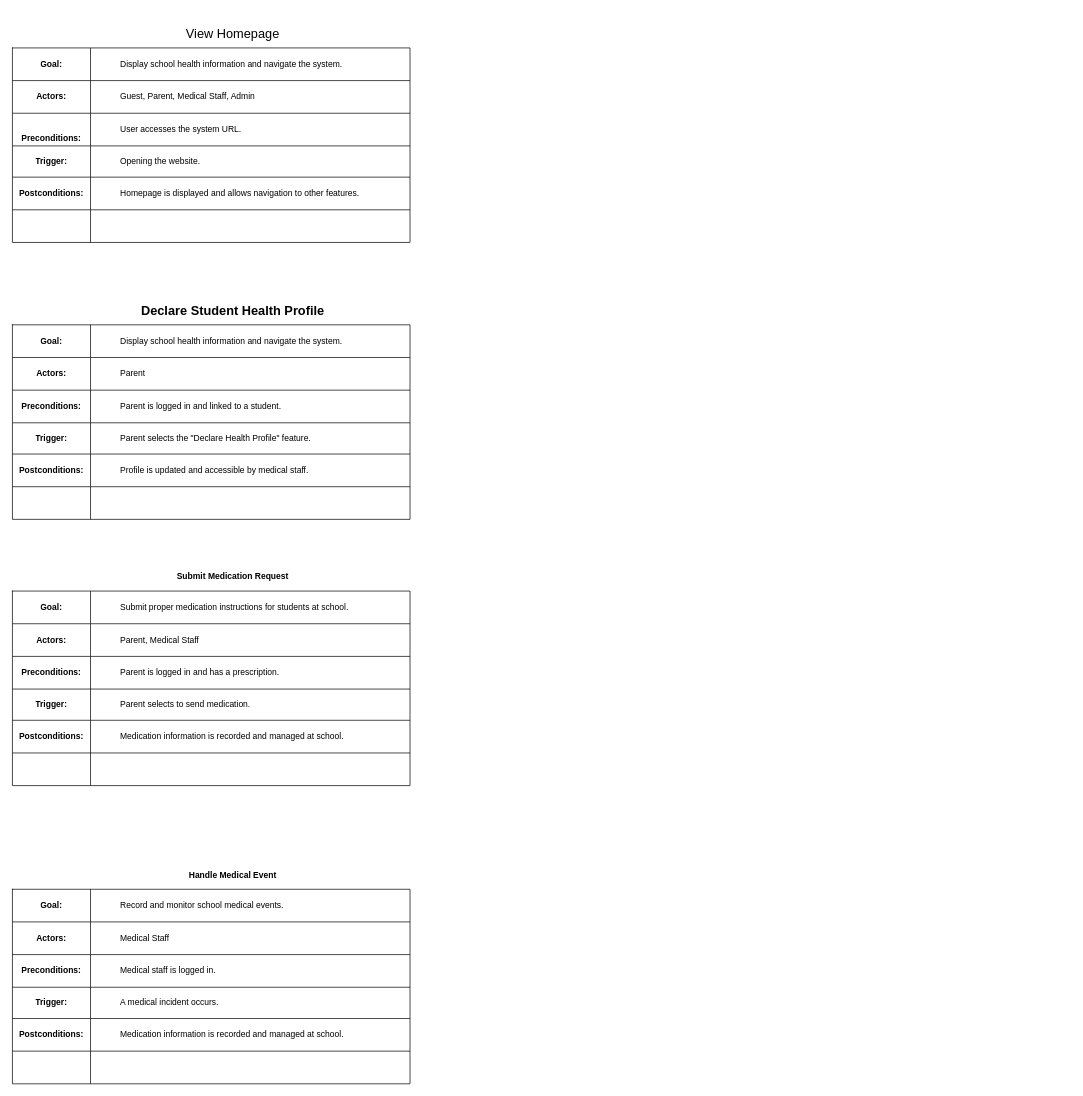
oggyne259/hehe keeps this draw.io diagram as usecase.drawio. Above is the earlier version. Source tidied: cells renumbered, new cells numbered last; positions are measured from the earlier drawing's top-left corner, leaving out a move shared by most shapes. Both pictures are drawn from the tidied source at 71%, with x=0, y=0 at pixel (12, 19).
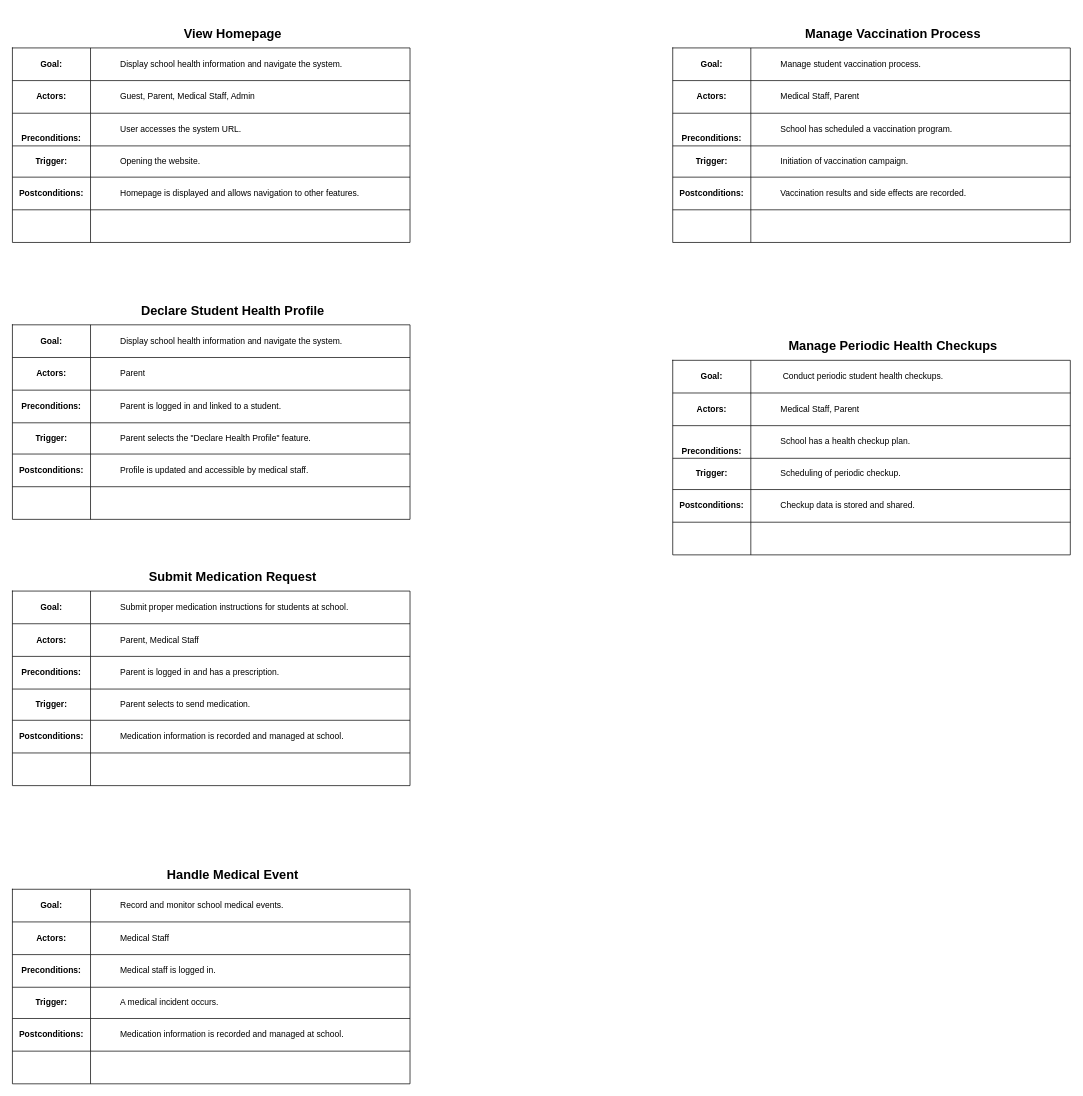
Above is the later version.

The edit, as a diff of the source:
```diff
@@
-    <mxCell id="21" value="&lt;font style=&quot;font-size: 18px;&quot;&gt;View Homepage&lt;/font&gt;" style="text;html=1;align=center;verticalAlign=middle;strokeColor=none;fillColor=none;" parent="1" vertex="1">
+    <mxCell id="21" value="&lt;font style=&quot;font-size: 18px;&quot;&gt;&lt;b&gt;View Homepage&lt;/b&gt;&lt;/font&gt;" style="text;html=1;align=center;verticalAlign=middle;strokeColor=none;fillColor=none;" parent="1" vertex="1">
       <mxGeometry x="230" width="160" height="40" as="geometry" />
     </mxCell>
@@
-    <mxCell id="61" value="&lt;p&gt;&lt;strong&gt;Submit Medication Request&lt;/strong&gt;&lt;/p&gt;" style="text;html=1;align=center;verticalAlign=middle;strokeColor=none;fillColor=none;" parent="1" vertex="1">
-      <mxGeometry x="220" y="760" width="180" height="50" as="geometry" />
+    <mxCell id="61" value="&lt;p&gt;&lt;strong&gt;&lt;font style=&quot;font-size: 18px;&quot;&gt;Submit Medication Request&lt;/font&gt;&lt;/strong&gt;&lt;/p&gt;" style="text;html=1;align=center;verticalAlign=middle;strokeColor=none;fillColor=none;" parent="1" vertex="1">
+      <mxGeometry x="180" y="755" width="260" height="60" as="geometry" />
     </mxCell>
@@
-    <mxCell id="81" value="&lt;p&gt;&lt;strong&gt;Handle Medical Event&lt;/strong&gt;&lt;/p&gt;" style="text;html=1;align=center;verticalAlign=middle;strokeColor=none;fillColor=none;" parent="1" vertex="1">
-      <mxGeometry x="235" y="1180" width="150" height="50" as="geometry" />
+    <mxCell id="81" value="&lt;p&gt;&lt;strong&gt;&lt;font style=&quot;font-size: 18px;&quot;&gt;Handle Medical Event&lt;/font&gt;&lt;/strong&gt;&lt;/p&gt;" style="text;html=1;align=center;verticalAlign=middle;strokeColor=none;fillColor=none;" parent="1" vertex="1">
+      <mxGeometry x="205" y="1175" width="210" height="60" as="geometry" />
     </mxCell>
+    <mxCell id="82" style="shape=table;startSize=0;childLayout=tableLayout;" parent="1" vertex="1">
+      <mxGeometry x="930" y="40" width="560" height="274" as="geometry" />
+    </mxCell>
+    <mxCell id="83" style="shape=tableRow;horizontal=0;startSize=0;swimlaneHead=0;swimlaneBody=0;strokeColor=inherit;top=0;left=0;bottom=0;right=0;fillColor=none;" parent="82" vertex="1">
+      <mxGeometry width="560" height="46" as="geometry" />
+    </mxCell>
+    <mxCell id="84" value="&lt;p&gt;&lt;strong&gt;Goal:&lt;/strong&gt;&lt;/p&gt;" style="shape=partialRectangle;html=1;whiteSpace=wrap;strokeColor=inherit;overflow=hidden;fillColor=none;top=0;left=0;bottom=0;right=0;" parent="83" vertex="1">
+      <mxGeometry width="110" height="46" as="geometry" />
+    </mxCell>
+    <mxCell id="85" value="&lt;blockquote style=&quot;margin: 0 0 0 40px; border: none; padding: 0px;&quot;&gt;&lt;p&gt;Manage student vaccination process.&lt;/p&gt;&lt;/blockquote&gt;" style="shape=partialRectangle;html=1;whiteSpace=wrap;strokeColor=inherit;overflow=hidden;fillColor=none;top=0;left=0;bottom=0;right=0;align=left;" parent="83" vertex="1">
+      <mxGeometry x="110" width="450" height="46" as="geometry" />
+    </mxCell>
+    <mxCell id="86" style="shape=tableRow;horizontal=0;startSize=0;swimlaneHead=0;swimlaneBody=0;strokeColor=inherit;top=0;left=0;bottom=0;right=0;fillColor=none;" parent="82" vertex="1">
+      <mxGeometry y="46" width="560" height="46" as="geometry" />
+    </mxCell>
+    <mxCell id="87" value="&lt;p&gt;&lt;strong&gt;Actors:&lt;/strong&gt;&lt;/p&gt;" style="shape=partialRectangle;html=1;whiteSpace=wrap;strokeColor=inherit;overflow=hidden;fillColor=none;top=0;left=0;bottom=0;right=0;" parent="86" vertex="1">
+      <mxGeometry width="110" height="46" as="geometry" />
+    </mxCell>
+    <mxCell id="88" value="&lt;blockquote style=&quot;margin: 0 0 0 40px; border: none; padding: 0px;&quot;&gt;&lt;p&gt;Medical Staff, Parent&lt;/p&gt;&lt;/blockquote&gt;" style="shape=partialRectangle;html=1;whiteSpace=wrap;strokeColor=inherit;overflow=hidden;fillColor=none;top=0;left=0;bottom=0;right=0;align=left;" parent="86" vertex="1">
+      <mxGeometry x="110" width="450" height="46" as="geometry" />
+    </mxCell>
+    <mxCell id="89" style="shape=tableRow;horizontal=0;startSize=0;swimlaneHead=0;swimlaneBody=0;strokeColor=inherit;top=0;left=0;bottom=0;right=0;fillColor=none;" parent="82" vertex="1">
+      <mxGeometry y="92" width="560" height="46" as="geometry" />
+    </mxCell>
+    <mxCell id="90" value="&lt;br&gt;&lt;p&gt;&lt;span&gt;&lt;strong&gt;Preconditions:&lt;/strong&gt;&lt;/span&gt;&lt;/p&gt;" style="shape=partialRectangle;html=1;whiteSpace=wrap;strokeColor=inherit;overflow=hidden;fillColor=none;top=0;left=0;bottom=0;right=0;" parent="89" vertex="1">
+      <mxGeometry width="110" height="46" as="geometry" />
+    </mxCell>
+    <mxCell id="91" value="&lt;blockquote style=&quot;margin: 0 0 0 40px; border: none; padding: 0px;&quot;&gt;&lt;p&gt;School has scheduled a vaccination program.&lt;/p&gt;&lt;/blockquote&gt;" style="shape=partialRectangle;html=1;whiteSpace=wrap;strokeColor=inherit;overflow=hidden;fillColor=none;top=0;left=0;bottom=0;right=0;align=left;" parent="89" vertex="1">
+      <mxGeometry x="110" width="450" height="46" as="geometry" />
+    </mxCell>
+    <mxCell id="92" style="shape=tableRow;horizontal=0;startSize=0;swimlaneHead=0;swimlaneBody=0;strokeColor=inherit;top=0;left=0;bottom=0;right=0;fillColor=none;" parent="82" vertex="1">
+      <mxGeometry y="138" width="560" height="44" as="geometry" />
+    </mxCell>
+    <mxCell id="93" value="&lt;p&gt;&lt;strong&gt;Trigger:&lt;/strong&gt;&lt;/p&gt;" style="shape=partialRectangle;html=1;whiteSpace=wrap;strokeColor=inherit;overflow=hidden;fillColor=none;top=0;left=0;bottom=0;right=0;" parent="92" vertex="1">
+      <mxGeometry width="110" height="44" as="geometry" />
+    </mxCell>
+    <mxCell id="94" value="&lt;blockquote style=&quot;margin: 0 0 0 40px; border: none; padding: 0px;&quot;&gt;&lt;span style=&quot;background-color: transparent; color: light-dark(rgb(0, 0, 0), rgb(255, 255, 255));&quot;&gt;Initiation of vaccination campaign.&lt;/span&gt;&lt;/blockquote&gt;" style="shape=partialRectangle;html=1;whiteSpace=wrap;strokeColor=inherit;overflow=hidden;fillColor=none;top=0;left=0;bottom=0;right=0;align=left;" parent="92" vertex="1">
+      <mxGeometry x="110" width="450" height="44" as="geometry" />
+    </mxCell>
+    <mxCell id="95" style="shape=tableRow;horizontal=0;startSize=0;swimlaneHead=0;swimlaneBody=0;strokeColor=inherit;top=0;left=0;bottom=0;right=0;fillColor=none;" parent="82" vertex="1">
+      <mxGeometry y="182" width="560" height="46" as="geometry" />
+    </mxCell>
+    <mxCell id="96" value="&lt;p&gt;&lt;strong&gt;Postconditions:&lt;/strong&gt;&lt;/p&gt;" style="shape=partialRectangle;html=1;whiteSpace=wrap;strokeColor=inherit;overflow=hidden;fillColor=none;top=0;left=0;bottom=0;right=0;" parent="95" vertex="1">
+      <mxGeometry width="110" height="46" as="geometry" />
+    </mxCell>
+    <mxCell id="97" value="&lt;blockquote style=&quot;margin: 0 0 0 40px; border: none; padding: 0px;&quot;&gt;&lt;p&gt;Vaccination results and side effects are recorded.&lt;/p&gt;&lt;/blockquote&gt;" style="shape=partialRectangle;html=1;whiteSpace=wrap;strokeColor=inherit;overflow=hidden;fillColor=none;top=0;left=0;bottom=0;right=0;align=left;" parent="95" vertex="1">
+      <mxGeometry x="110" width="450" height="46" as="geometry" />
+    </mxCell>
+    <mxCell id="98" style="shape=tableRow;horizontal=0;startSize=0;swimlaneHead=0;swimlaneBody=0;strokeColor=inherit;top=0;left=0;bottom=0;right=0;fillColor=none;" parent="82" vertex="1">
+      <mxGeometry y="228" width="560" height="46" as="geometry" />
+    </mxCell>
+    <mxCell id="99" style="shape=partialRectangle;html=1;whiteSpace=wrap;strokeColor=inherit;overflow=hidden;fillColor=none;top=0;left=0;bottom=0;right=0;" parent="98" vertex="1">
+      <mxGeometry width="110" height="46" as="geometry" />
+    </mxCell>
+    <mxCell id="100" style="shape=partialRectangle;html=1;whiteSpace=wrap;strokeColor=inherit;overflow=hidden;fillColor=none;top=0;left=0;bottom=0;right=0;" parent="98" vertex="1">
+      <mxGeometry x="110" width="450" height="46" as="geometry" />
+    </mxCell>
+    <mxCell id="101" value="&lt;p&gt;&lt;strong&gt;&lt;font style=&quot;font-size: 18px;&quot;&gt;Manage Vaccination Process&lt;/font&gt;&lt;/strong&gt;&lt;/p&gt;" style="text;html=1;align=center;verticalAlign=middle;strokeColor=none;fillColor=none;" parent="1" vertex="1">
+      <mxGeometry x="1105" y="-10" width="270" height="60" as="geometry" />
+    </mxCell>
+    <mxCell id="102" style="shape=table;startSize=0;childLayout=tableLayout;" parent="1" vertex="1">
+      <mxGeometry x="930" y="480" width="560" height="274" as="geometry" />
+    </mxCell>
+    <mxCell id="103" style="shape=tableRow;horizontal=0;startSize=0;swimlaneHead=0;swimlaneBody=0;strokeColor=inherit;top=0;left=0;bottom=0;right=0;fillColor=none;" parent="102" vertex="1">
+      <mxGeometry width="560" height="46" as="geometry" />
+    </mxCell>
+    <mxCell id="104" value="&lt;p&gt;&lt;strong&gt;Goal:&lt;/strong&gt;&lt;/p&gt;" style="shape=partialRectangle;html=1;whiteSpace=wrap;strokeColor=inherit;overflow=hidden;fillColor=none;top=0;left=0;bottom=0;right=0;" parent="103" vertex="1">
+      <mxGeometry width="110" height="46" as="geometry" />
+    </mxCell>
+    <mxCell id="105" value="&lt;blockquote style=&quot;margin: 0 0 0 40px; border: none; padding: 0px;&quot;&gt;&lt;p&gt;&amp;nbsp;Conduct periodic student health checkups.&lt;/p&gt;&lt;/blockquote&gt;" style="shape=partialRectangle;html=1;whiteSpace=wrap;strokeColor=inherit;overflow=hidden;fillColor=none;top=0;left=0;bottom=0;right=0;align=left;" parent="103" vertex="1">
+      <mxGeometry x="110" width="450" height="46" as="geometry" />
+    </mxCell>
+    <mxCell id="106" style="shape=tableRow;horizontal=0;startSize=0;swimlaneHead=0;swimlaneBody=0;strokeColor=inherit;top=0;left=0;bottom=0;right=0;fillColor=none;" parent="102" vertex="1">
+      <mxGeometry y="46" width="560" height="46" as="geometry" />
+    </mxCell>
+    <mxCell id="107" value="&lt;p&gt;&lt;strong&gt;Actors:&lt;/strong&gt;&lt;/p&gt;" style="shape=partialRectangle;html=1;whiteSpace=wrap;strokeColor=inherit;overflow=hidden;fillColor=none;top=0;left=0;bottom=0;right=0;" parent="106" vertex="1">
+      <mxGeometry width="110" height="46" as="geometry" />
+    </mxCell>
+    <mxCell id="108" value="&lt;blockquote style=&quot;margin: 0 0 0 40px; border: none; padding: 0px;&quot;&gt;&lt;p&gt;Medical Staff, Parent&lt;/p&gt;&lt;/blockquote&gt;" style="shape=partialRectangle;html=1;whiteSpace=wrap;strokeColor=inherit;overflow=hidden;fillColor=none;top=0;left=0;bottom=0;right=0;align=left;" parent="106" vertex="1">
+      <mxGeometry x="110" width="450" height="46" as="geometry" />
+    </mxCell>
+    <mxCell id="109" style="shape=tableRow;horizontal=0;startSize=0;swimlaneHead=0;swimlaneBody=0;strokeColor=inherit;top=0;left=0;bottom=0;right=0;fillColor=none;" parent="102" vertex="1">
+      <mxGeometry y="92" width="560" height="46" as="geometry" />
+    </mxCell>
+    <mxCell id="110" value="&lt;br&gt;&lt;p&gt;&lt;span&gt;&lt;strong&gt;Preconditions:&lt;/strong&gt;&lt;/span&gt;&lt;/p&gt;" style="shape=partialRectangle;html=1;whiteSpace=wrap;strokeColor=inherit;overflow=hidden;fillColor=none;top=0;left=0;bottom=0;right=0;" parent="109" vertex="1">
+      <mxGeometry width="110" height="46" as="geometry" />
+    </mxCell>
+    <mxCell id="111" value="&lt;blockquote style=&quot;margin: 0 0 0 40px; border: none; padding: 0px;&quot;&gt;&lt;p&gt;School has a health checkup plan.&lt;/p&gt;&lt;/blockquote&gt;" style="shape=partialRectangle;html=1;whiteSpace=wrap;strokeColor=inherit;overflow=hidden;fillColor=none;top=0;left=0;bottom=0;right=0;align=left;" parent="109" vertex="1">
+      <mxGeometry x="110" width="450" height="46" as="geometry" />
+    </mxCell>
+    <mxCell id="112" style="shape=tableRow;horizontal=0;startSize=0;swimlaneHead=0;swimlaneBody=0;strokeColor=inherit;top=0;left=0;bottom=0;right=0;fillColor=none;" parent="102" vertex="1">
+      <mxGeometry y="138" width="560" height="44" as="geometry" />
+    </mxCell>
+    <mxCell id="113" value="&lt;p&gt;&lt;strong&gt;Trigger:&lt;/strong&gt;&lt;/p&gt;" style="shape=partialRectangle;html=1;whiteSpace=wrap;strokeColor=inherit;overflow=hidden;fillColor=none;top=0;left=0;bottom=0;right=0;" parent="112" vertex="1">
+      <mxGeometry width="110" height="44" as="geometry" />
+    </mxCell>
+    <mxCell id="114" value="&lt;blockquote style=&quot;margin: 0 0 0 40px; border: none; padding: 0px;&quot;&gt;&lt;p&gt;Scheduling of periodic checkup.&lt;/p&gt;&lt;/blockquote&gt;" style="shape=partialRectangle;html=1;whiteSpace=wrap;strokeColor=inherit;overflow=hidden;fillColor=none;top=0;left=0;bottom=0;right=0;align=left;" parent="112" vertex="1">
+      <mxGeometry x="110" width="450" height="44" as="geometry" />
+    </mxCell>
+    <mxCell id="115" style="shape=tableRow;horizontal=0;startSize=0;swimlaneHead=0;swimlaneBody=0;strokeColor=inherit;top=0;left=0;bottom=0;right=0;fillColor=none;" parent="102" vertex="1">
+      <mxGeometry y="182" width="560" height="46" as="geometry" />
+    </mxCell>
+    <mxCell id="116" value="&lt;p&gt;&lt;strong&gt;Postconditions:&lt;/strong&gt;&lt;/p&gt;" style="shape=partialRectangle;html=1;whiteSpace=wrap;strokeColor=inherit;overflow=hidden;fillColor=none;top=0;left=0;bottom=0;right=0;" parent="115" vertex="1">
+      <mxGeometry width="110" height="46" as="geometry" />
+    </mxCell>
+    <mxCell id="117" value="&lt;blockquote style=&quot;margin: 0 0 0 40px; border: none; padding: 0px;&quot;&gt;&lt;p&gt;Checkup data is stored and shared.&lt;/p&gt;&lt;/blockquote&gt;" style="shape=partialRectangle;html=1;whiteSpace=wrap;strokeColor=inherit;overflow=hidden;fillColor=none;top=0;left=0;bottom=0;right=0;align=left;" parent="115" vertex="1">
+      <mxGeometry x="110" width="450" height="46" as="geometry" />
+    </mxCell>
+    <mxCell id="118" style="shape=tableRow;horizontal=0;startSize=0;swimlaneHead=0;swimlaneBody=0;strokeColor=inherit;top=0;left=0;bottom=0;right=0;fillColor=none;" parent="102" vertex="1">
+      <mxGeometry y="228" width="560" height="46" as="geometry" />
+    </mxCell>
+    <mxCell id="119" style="shape=partialRectangle;html=1;whiteSpace=wrap;strokeColor=inherit;overflow=hidden;fillColor=none;top=0;left=0;bottom=0;right=0;" parent="118" vertex="1">
+      <mxGeometry width="110" height="46" as="geometry" />
+    </mxCell>
+    <mxCell id="120" style="shape=partialRectangle;html=1;whiteSpace=wrap;strokeColor=inherit;overflow=hidden;fillColor=none;top=0;left=0;bottom=0;right=0;" parent="118" vertex="1">
+      <mxGeometry x="110" width="450" height="46" as="geometry" />
+    </mxCell>
+    <mxCell id="121" value="&lt;p&gt;&lt;strong&gt;&lt;font style=&quot;font-size: 18px;&quot;&gt;Manage Periodic Health Checkups&lt;/font&gt;&lt;/strong&gt;&lt;/p&gt;" style="text;html=1;align=center;verticalAlign=middle;strokeColor=none;fillColor=none;" parent="1" vertex="1">
+      <mxGeometry x="1080" y="430" width="320" height="60" as="geometry" />
+    </mxCell>
```
